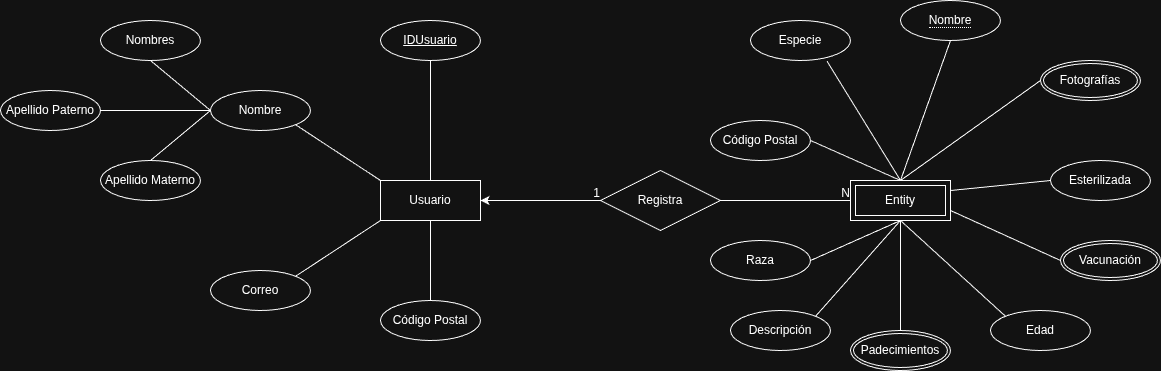
The draw.io diagram database/diagrama-er.png in ids-fciencias-7009-2026-2/kotliners-adopta-perrito-demo-api, before a commit. Source tidied: cells renumbered, new cells last; positions are measured from the earlier drawing's top-left corner, leaving out a move shared by most shapes.
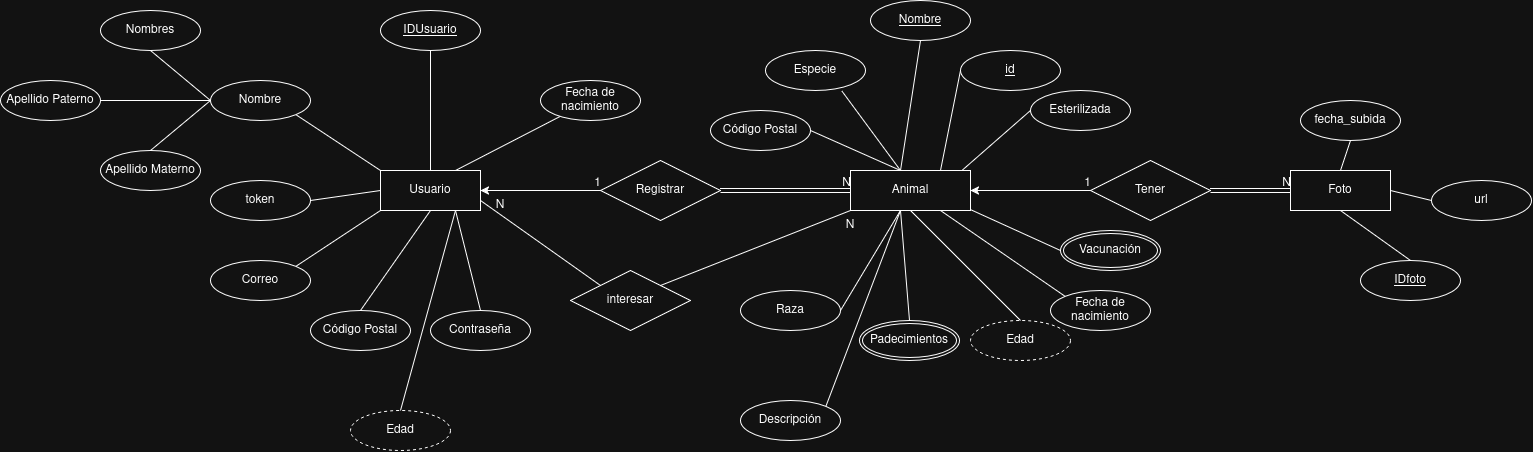
The same diagram one commit later.

Commit message:
feat(usuarios.sql): Agregar script de creación de la tabla Usuario

Change to the diagram source:
```diff
@@ -5,9 +5,18 @@
     <mxCell id="2" style="edgeStyle=orthogonalEdgeStyle;rounded=0;jettySize=auto;html=1;" parent="1" edge="1" source="3" target="4">
       <mxGeometry relative="1" as="geometry" />
     </mxCell>
-    <mxCell id="3" value="Registra" style="shape=rhombus;perimeter=rhombusPerimeter;whiteSpace=wrap;html=1;align=center;" parent="1" vertex="1">
+    <mxCell id="3" value="Registrar" style="shape=rhombus;perimeter=rhombusPerimeter;whiteSpace=wrap;html=1;align=center;" parent="1" vertex="1">
       <mxGeometry x="600" y="170" width="120" height="60" as="geometry" />
     </mxCell>
+    <mxCell id="44" style="rounded=0;jettySize=auto;html=1;exitX=0.75;exitY=1;exitDx=0;exitDy=0;entryX=0.5;entryY=0;entryDx=0;entryDy=0;endArrow=none;endFill=0;" parent="1" edge="1" source="4" target="47">
+      <mxGeometry relative="1" as="geometry" />
+    </mxCell>
+    <mxCell id="45" style="rounded=0;jettySize=auto;html=1;exitX=0.75;exitY=0;exitDx=0;exitDy=0;endArrow=none;endFill=0;" parent="1" edge="1" source="4" target="52">
+      <mxGeometry relative="1" as="geometry" />
+    </mxCell>
+    <mxCell id="46" style="rounded=0;jettySize=auto;html=1;exitX=1;exitY=0.75;exitDx=0;exitDy=0;entryX=0;entryY=0;entryDx=0;entryDy=0;endArrow=none;endFill=0;" parent="1" edge="1" source="4" target="66">
+      <mxGeometry relative="1" as="geometry" />
+    </mxCell>
     <mxCell id="4" value="Usuario" style="whiteSpace=wrap;html=1;align=center;" parent="1" vertex="1">
       <mxGeometry x="380" y="180" width="100" height="40" as="geometry" />
     </mxCell>
@@ -20,43 +29,43 @@
     <mxCell id="6" value="1" style="html=1;whiteSpace=wrap;align=right;verticalAlign=bottom;" parent="5" vertex="1">
       <mxGeometry x="1" relative="1" as="geometry" />
     </mxCell>
-    <mxCell id="7" style="endArrow=none;html=1;rounded=0;entryX=0;entryY=0.5;entryDx=0;entryDy=0;" parent="1" edge="1" target="10">
+    <mxCell id="7" style="endArrow=none;html=1;rounded=0;entryX=0;entryY=0.5;entryDx=0;entryDy=0;shape=link;" parent="1" edge="1">
       <mxGeometry relative="1" as="geometry">
         <mxPoint x="720" y="200" as="sourcePoint" />
+        <mxPoint x="850" y="200" as="targetPoint" />
       </mxGeometry>
     </mxCell>
     <mxCell id="8" value="N" style="html=1;whiteSpace=wrap;align=right;verticalAlign=bottom;" parent="7" vertex="1">
       <mxGeometry x="1" relative="1" as="geometry" />
     </mxCell>
     <mxCell id="9" value="Código Postal" style="ellipse;whiteSpace=wrap;html=1;align=center;" parent="1" vertex="1">
-      <mxGeometry x="380" y="300" width="100" height="40" as="geometry" />
+      <mxGeometry x="310" y="320" width="100" height="40" as="geometry" />
     </mxCell>
-    <mxCell id="10" value="Entity" style="shape=ext;margin=3;double=1;whiteSpace=wrap;html=1;align=center;" parent="1" vertex="1">
-      <mxGeometry x="850" y="180" width="100" height="40" as="geometry" />
-    </mxCell>
     <mxCell id="11" value="IDUsuario" style="ellipse;whiteSpace=wrap;html=1;align=center;fontStyle=4;" parent="1" vertex="1">
       <mxGeometry x="380" y="20" width="100" height="40" as="geometry" />
     </mxCell>
     <mxCell id="12" value="Esterilizada" style="ellipse;whiteSpace=wrap;html=1;align=center;" parent="1" vertex="1">
-      <mxGeometry x="1050" y="160" width="100" height="40" as="geometry" />
+      <mxGeometry x="1030" y="100" width="100" height="40" as="geometry" />
     </mxCell>
-    <mxCell id="13" value="Edad" style="ellipse;whiteSpace=wrap;html=1;align=center;" parent="1" vertex="1">
-      <mxGeometry x="990" y="310" width="100" height="40" as="geometry" />
+    <mxCell id="13" value="Fecha de nacimiento" style="ellipse;whiteSpace=wrap;html=1;align=center;" parent="1" vertex="1">
+      <mxGeometry x="1050" y="300" width="100" height="40" as="geometry" />
     </mxCell>
     <mxCell id="14" value="Especie" style="ellipse;whiteSpace=wrap;html=1;align=center;" parent="1" vertex="1">
-      <mxGeometry x="750" y="20" width="100" height="40" as="geometry" />
+      <mxGeometry x="765" y="60" width="100" height="40" as="geometry" />
     </mxCell>
     <mxCell id="15" value="Raza" style="ellipse;whiteSpace=wrap;html=1;align=center;" parent="1" vertex="1">
-      <mxGeometry x="710" y="240" width="100" height="40" as="geometry" />
+      <mxGeometry x="740" y="300" width="100" height="40" as="geometry" />
     </mxCell>
     <mxCell id="16" value="Código Postal" style="ellipse;whiteSpace=wrap;html=1;align=center;" parent="1" vertex="1">
       <mxGeometry x="710" y="120" width="100" height="40" as="geometry" />
     </mxCell>
     <mxCell id="17" value="Descripción" style="ellipse;whiteSpace=wrap;html=1;align=center;" parent="1" vertex="1">
-      <mxGeometry x="730" y="310" width="100" height="40" as="geometry" />
+      <mxGeometry x="740" y="410" width="100" height="40" as="geometry" />
     </mxCell>
-    <mxCell id="18" style="endArrow=none;html=1;rounded=0;entryX=0.5;entryY=0;entryDx=0;entryDy=0;exitX=0.5;exitY=1;exitDx=0;exitDy=0;" parent="1" edge="1" source="33" target="10">
-      <mxGeometry relative="1" as="geometry" />
+    <mxCell id="18" style="endArrow=none;html=1;rounded=0;entryX=0.5;entryY=0;entryDx=0;entryDy=0;exitX=0.5;exitY=1;exitDx=0;exitDy=0;" parent="1" edge="1" source="33">
+      <mxGeometry relative="1" as="geometry">
+        <mxPoint x="900" y="180" as="targetPoint" />
+      </mxGeometry>
     </mxCell>
     <mxCell id="19" style="endArrow=none;html=1;rounded=0;" parent="1" edge="1">
       <mxGeometry relative="1" as="geometry">
@@ -69,27 +78,32 @@
         <mxPoint x="900" y="180" as="targetPoint" />
       </mxGeometry>
     </mxCell>
-    <mxCell id="21" style="endArrow=none;html=1;rounded=0;entryX=0;entryY=0.5;entryDx=0;entryDy=0;" parent="1" edge="1" target="34">
-      <mxGeometry relative="1" as="geometry">
-        <mxPoint x="900" y="180" as="sourcePoint" />
-      </mxGeometry>
-    </mxCell>
-    <mxCell id="22" style="endArrow=none;html=1;rounded=0;entryX=0;entryY=0.5;entryDx=0;entryDy=0;exitX=1;exitY=0.25;exitDx=0;exitDy=0;" parent="1" edge="1" source="10" target="12">
-      <mxGeometry relative="1" as="geometry" />
+    <mxCell id="22" style="endArrow=none;html=1;rounded=0;entryX=0;entryY=0.5;entryDx=0;entryDy=0;exitX=1;exitY=0.25;exitDx=0;exitDy=0;" parent="1" edge="1" target="12">
+      <mxGeometry relative="1" as="geometry">
+        <mxPoint x="950" y="190" as="sourcePoint" />
+      </mxGeometry>
     </mxCell>
-    <mxCell id="23" style="endArrow=none;html=1;rounded=0;exitX=1;exitY=0.75;exitDx=0;exitDy=0;entryX=0;entryY=0.5;entryDx=0;entryDy=0;" parent="1" edge="1" source="10" target="35">
-      <mxGeometry relative="1" as="geometry" />
+    <mxCell id="23" style="endArrow=none;html=1;rounded=0;exitX=1;exitY=0.75;exitDx=0;exitDy=0;entryX=0;entryY=0.5;entryDx=0;entryDy=0;" parent="1" edge="1" target="35">
+      <mxGeometry relative="1" as="geometry">
+        <mxPoint x="950" y="210" as="sourcePoint" />
+      </mxGeometry>
     </mxCell>
-    <mxCell id="24" style="endArrow=none;html=1;rounded=0;entryX=0.5;entryY=1;entryDx=0;entryDy=0;exitX=1;exitY=0.5;exitDx=0;exitDy=0;" parent="1" edge="1" source="15" target="10">
-      <mxGeometry relative="1" as="geometry" />
+    <mxCell id="24" style="endArrow=none;html=1;rounded=0;entryX=0.5;entryY=1;entryDx=0;entryDy=0;exitX=1;exitY=0.5;exitDx=0;exitDy=0;" parent="1" edge="1" source="15">
+      <mxGeometry relative="1" as="geometry">
+        <mxPoint x="900" y="220" as="targetPoint" />
+      </mxGeometry>
     </mxCell>
-    <mxCell id="25" style="endArrow=none;html=1;rounded=0;entryX=0.5;entryY=1;entryDx=0;entryDy=0;exitX=1;exitY=0;exitDx=0;exitDy=0;" parent="1" edge="1" source="17" target="10">
-      <mxGeometry relative="1" as="geometry" />
+    <mxCell id="25" style="endArrow=none;html=1;rounded=0;entryX=0.5;entryY=1;entryDx=0;entryDy=0;exitX=1;exitY=0;exitDx=0;exitDy=0;" parent="1" edge="1" source="17">
+      <mxGeometry relative="1" as="geometry">
+        <mxPoint x="900" y="220" as="targetPoint" />
+      </mxGeometry>
     </mxCell>
-    <mxCell id="26" style="endArrow=none;html=1;rounded=0;entryX=0.5;entryY=1;entryDx=0;entryDy=0;exitX=0.5;exitY=0;exitDx=0;exitDy=0;" parent="1" edge="1" source="36" target="10">
-      <mxGeometry relative="1" as="geometry" />
+    <mxCell id="26" style="endArrow=none;html=1;rounded=0;entryX=0.5;entryY=1;entryDx=0;entryDy=0;exitX=0.5;exitY=0;exitDx=0;exitDy=0;" parent="1" edge="1" source="36">
+      <mxGeometry relative="1" as="geometry">
+        <mxPoint x="900" y="220" as="targetPoint" />
+      </mxGeometry>
     </mxCell>
-    <mxCell id="27" style="endArrow=none;html=1;rounded=0;entryX=0;entryY=0;entryDx=0;entryDy=0;exitX=0.5;exitY=1;exitDx=0;exitDy=0;" parent="1" edge="1" source="10" target="13">
+    <mxCell id="27" style="endArrow=none;html=1;rounded=0;entryX=0;entryY=0;entryDx=0;entryDy=0;exitX=0.75;exitY=1;exitDx=0;exitDy=0;" parent="1" edge="1" source="50" target="13">
       <mxGeometry relative="1" as="geometry" />
     </mxCell>
     <mxCell id="28" style="endArrow=none;html=1;rounded=0;entryX=0.5;entryY=1;entryDx=0;entryDy=0;exitX=0.5;exitY=0;exitDx=0;exitDy=0;" parent="1" edge="1" source="4" target="11">
@@ -107,17 +121,11 @@
     <mxCell id="32" style="endArrow=none;html=1;rounded=0;entryX=0;entryY=1;entryDx=0;entryDy=0;exitX=1;exitY=0;exitDx=0;exitDy=0;" parent="1" edge="1" source="31" target="4">
       <mxGeometry relative="1" as="geometry" />
     </mxCell>
-    <mxCell id="33" value="&lt;span style=&quot;border-bottom: 1px dotted&quot;&gt;Nombre&lt;/span&gt;" style="ellipse;whiteSpace=wrap;html=1;align=center;" parent="1" vertex="1">
-      <mxGeometry x="900" width="100" height="40" as="geometry" />
-    </mxCell>
-    <mxCell id="34" value="Fotografías" style="ellipse;shape=doubleEllipse;margin=3;whiteSpace=wrap;html=1;align=center;" parent="1" vertex="1">
-      <mxGeometry x="1040" y="60" width="100" height="40" as="geometry" />
-    </mxCell>
     <mxCell id="35" value="Vacunación" style="ellipse;shape=doubleEllipse;margin=3;whiteSpace=wrap;html=1;align=center;" parent="1" vertex="1">
       <mxGeometry x="1060" y="240" width="100" height="40" as="geometry" />
     </mxCell>
     <mxCell id="36" value="Padecimientos" style="ellipse;shape=doubleEllipse;margin=3;whiteSpace=wrap;html=1;align=center;" parent="1" vertex="1">
-      <mxGeometry x="850" y="330" width="100" height="40" as="geometry" />
+      <mxGeometry x="859" y="330" width="100" height="40" as="geometry" />
     </mxCell>
     <mxCell id="37" value="Nombre" style="ellipse;whiteSpace=wrap;html=1;align=center;" parent="1" vertex="1">
       <mxGeometry x="210" y="90" width="100" height="40" as="geometry" />
@@ -140,5 +148,89 @@
     <mxCell id="43" style="endArrow=none;html=1;rounded=0;entryX=0;entryY=0.5;entryDx=0;entryDy=0;exitX=0.5;exitY=0;exitDx=0;exitDy=0;" parent="1" edge="1" source="40" target="37">
       <mxGeometry relative="1" as="geometry" />
     </mxCell>
+    <mxCell id="47" value="Contraseña" style="ellipse;whiteSpace=wrap;html=1;align=center;" parent="1" vertex="1">
+      <mxGeometry x="430" y="320" width="100" height="40" as="geometry" />
+    </mxCell>
+    <mxCell id="48" style="rounded=0;jettySize=auto;html=1;exitX=0.75;exitY=0;exitDx=0;exitDy=0;entryX=0;entryY=0.5;entryDx=0;entryDy=0;endArrow=none;endFill=0;" parent="1" edge="1" source="50" target="51">
+      <mxGeometry relative="1" as="geometry" />
+    </mxCell>
+    <mxCell id="49" style="edgeStyle=orthogonalEdgeStyle;rounded=0;jettySize=auto;html=1;exitX=1;exitY=0.5;exitDx=0;exitDy=0;entryX=0;entryY=0.5;entryDx=0;entryDy=0;endArrow=none;endFill=0;startArrow=classic;startFill=1;" parent="1" edge="1" source="50" target="63">
+      <mxGeometry relative="1" as="geometry" />
+    </mxCell>
+    <mxCell id="50" value="Animal" style="rounded=0;whiteSpace=wrap;html=1;" parent="1" vertex="1">
+      <mxGeometry x="850" y="180" width="120" height="40" as="geometry" />
+    </mxCell>
+    <mxCell id="51" value="&lt;u&gt;id&lt;/u&gt;" style="ellipse;whiteSpace=wrap;html=1;align=center;" parent="1" vertex="1">
+      <mxGeometry x="960" y="60" width="100" height="40" as="geometry" />
+    </mxCell>
+    <mxCell id="33" value="&lt;u&gt;Nombre&lt;/u&gt;" style="ellipse;whiteSpace=wrap;html=1;align=center;" parent="1" vertex="1">
+      <mxGeometry x="870" y="10" width="100" height="40" as="geometry" />
+    </mxCell>
+    <mxCell id="52" value="Fecha de nacimiento" style="ellipse;whiteSpace=wrap;html=1;align=center;" parent="1" vertex="1">
+      <mxGeometry x="540" y="90" width="100" height="40" as="geometry" />
+    </mxCell>
+    <mxCell id="53" value="Edad" style="ellipse;whiteSpace=wrap;html=1;align=center;dashed=1;" parent="1" vertex="1">
+      <mxGeometry x="970" y="330" width="100" height="40" as="geometry" />
+    </mxCell>
+    <mxCell id="54" style="endArrow=none;html=1;rounded=0;entryX=0.5;entryY=1;entryDx=0;entryDy=0;exitX=0.5;exitY=0;exitDx=0;exitDy=0;" parent="1" edge="1" source="53" target="50">
+      <mxGeometry relative="1" as="geometry" />
+    </mxCell>
+    <mxCell id="55" value="Edad" style="ellipse;whiteSpace=wrap;html=1;align=center;dashed=1;" parent="1" vertex="1">
+      <mxGeometry x="350" y="420" width="100" height="40" as="geometry" />
+    </mxCell>
+    <mxCell id="56" style="rounded=0;jettySize=auto;html=1;exitX=0.75;exitY=1;exitDx=0;exitDy=0;entryX=0.5;entryY=0;entryDx=0;entryDy=0;endArrow=none;endFill=0;" parent="1" edge="1" source="4" target="55">
+      <mxGeometry relative="1" as="geometry" />
+    </mxCell>
+    <mxCell id="57" value="Foto" style="whiteSpace=wrap;html=1;align=center;" parent="1" vertex="1">
+      <mxGeometry x="1290" y="180" width="100" height="40" as="geometry" />
+    </mxCell>
+    <mxCell id="58" value="&lt;div&gt;fecha_subida&lt;/div&gt;" style="ellipse;whiteSpace=wrap;html=1;align=center;" parent="1" vertex="1">
+      <mxGeometry x="1300" y="110" width="100" height="40" as="geometry" />
+    </mxCell>
+    <mxCell id="59" value="url" style="ellipse;whiteSpace=wrap;html=1;align=center;" parent="1" vertex="1">
+      <mxGeometry x="1431" y="190" width="100" height="40" as="geometry" />
+    </mxCell>
+    <mxCell id="60" style="endArrow=none;html=1;rounded=0;entryX=0.5;entryY=1;entryDx=0;entryDy=0;exitX=0.5;exitY=0;exitDx=0;exitDy=0;" parent="1" edge="1" source="57" target="58">
+      <mxGeometry relative="1" as="geometry" />
+    </mxCell>
+    <mxCell id="61" style="endArrow=none;html=1;rounded=0;entryX=0;entryY=0.5;entryDx=0;entryDy=0;exitX=1;exitY=0.5;exitDx=0;exitDy=0;" parent="1" edge="1" source="57" target="59">
+      <mxGeometry relative="1" as="geometry" />
+    </mxCell>
+    <mxCell id="62" style="edgeStyle=orthogonalEdgeStyle;rounded=0;jettySize=auto;html=1;exitX=1;exitY=0.5;exitDx=0;exitDy=0;entryX=0;entryY=0.5;entryDx=0;entryDy=0;strokeColor=default;shape=link;" parent="1" edge="1" source="63" target="57">
+      <mxGeometry relative="1" as="geometry" />
+    </mxCell>
+    <mxCell id="63" value="Tener" style="shape=rhombus;perimeter=rhombusPerimeter;whiteSpace=wrap;html=1;align=center;" parent="1" vertex="1">
+      <mxGeometry x="1090" y="170" width="120" height="60" as="geometry" />
+    </mxCell>
+    <mxCell id="64" value="N" style="html=1;whiteSpace=wrap;align=right;verticalAlign=bottom;" parent="1" vertex="1">
+      <mxGeometry x="1290" y="200" as="geometry" />
+    </mxCell>
+    <mxCell id="65" value="1" style="html=1;whiteSpace=wrap;align=right;verticalAlign=bottom;" parent="1" vertex="1">
+      <mxGeometry x="1090" y="200" as="geometry" />
+    </mxCell>
+    <mxCell id="66" value="interesar" style="shape=rhombus;perimeter=rhombusPerimeter;whiteSpace=wrap;html=1;align=center;" parent="1" vertex="1">
+      <mxGeometry x="570" y="280" width="120" height="60" as="geometry" />
+    </mxCell>
+    <mxCell id="67" style="rounded=0;jettySize=auto;html=1;exitX=0;exitY=1;exitDx=0;exitDy=0;entryX=1;entryY=0;entryDx=0;entryDy=0;endArrow=none;endFill=0;" parent="1" edge="1" source="50" target="66">
+      <mxGeometry relative="1" as="geometry" />
+    </mxCell>
+    <mxCell id="68" value="N" style="text;html=1;whiteSpace=wrap;strokeColor=none;fillColor=none;align=center;verticalAlign=middle;rounded=0;" parent="1" vertex="1">
+      <mxGeometry x="470" y="200" width="60" height="30" as="geometry" />
+    </mxCell>
+    <mxCell id="69" value="N" style="text;html=1;whiteSpace=wrap;strokeColor=none;fillColor=none;align=center;verticalAlign=middle;rounded=0;" parent="1" vertex="1">
+      <mxGeometry x="820" y="220" width="60" height="30" as="geometry" />
+    </mxCell>
+    <mxCell id="70" style="rounded=0;jettySize=auto;html=1;exitX=1;exitY=0.5;exitDx=0;exitDy=0;entryX=0;entryY=0.5;entryDx=0;entryDy=0;endArrow=none;endFill=0;" parent="1" edge="1" source="71" target="4">
+      <mxGeometry relative="1" as="geometry" />
+    </mxCell>
+    <mxCell id="71" value="token" style="ellipse;whiteSpace=wrap;html=1;align=center;" parent="1" vertex="1">
+      <mxGeometry x="210" y="190" width="100" height="40" as="geometry" />
+    </mxCell>
+    <mxCell id="72" value="&lt;u&gt;IDfoto&lt;/u&gt;" style="ellipse;whiteSpace=wrap;html=1;align=center;" parent="1" vertex="1">
+      <mxGeometry x="1360" y="270" width="100" height="40" as="geometry" />
+    </mxCell>
+    <mxCell id="73" style="endArrow=none;html=1;rounded=0;entryX=0.5;entryY=0;entryDx=0;entryDy=0;exitX=0.5;exitY=1;exitDx=0;exitDy=0;" parent="1" edge="1" source="57" target="72">
+      <mxGeometry relative="1" as="geometry" />
+    </mxCell>
   </root>
 </mxGraphModel>
```
